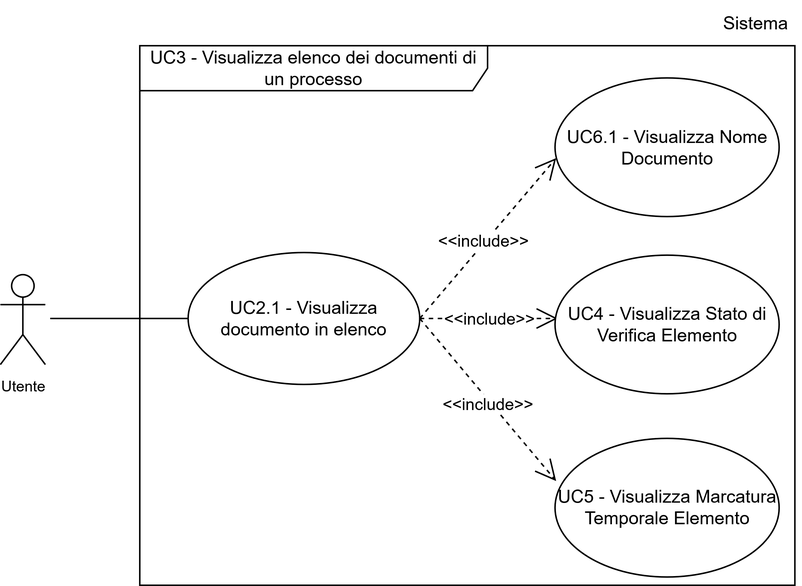
The draw.io diagram assets/uml/UC3INC.png in 7-ZPUs/Docs, before a commit. Source tidied: cells renumbered, new cells last; positions are measured from the earlier drawing's top-left corner, leaving out a move shared by most shapes. Its diagram source:
```xml
<mxGraphModel>
  <root>
    <mxCell id="0" />
    <mxCell id="1" parent="0" />
    <mxCell id="2" value="&lt;font style=&quot;font-size: 10px;&quot;&gt;Utente&lt;/font&gt;" style="shape=umlActor;verticalLabelPosition=bottom;verticalAlign=top;html=1;" parent="1" vertex="1">
      <mxGeometry x="-0.2" y="182.8" width="30" height="60" as="geometry" />
    </mxCell>
    <mxCell id="3" value="&lt;font style=&quot;font-size: 12px;&quot;&gt;Sistema&lt;/font&gt;" style="text;html=1;whiteSpace=wrap;strokeColor=none;fillColor=none;align=center;verticalAlign=middle;rounded=0;fontSize=10;" parent="1" vertex="1">
      <mxGeometry x="474" width="60" height="30" as="geometry" />
    </mxCell>
    <mxCell id="4" value="&lt;div&gt;UC3 - Visualizza elenco dei documenti di un processo&lt;/div&gt;" style="shape=umlFrame;whiteSpace=wrap;html=1;width=232;height=30;" parent="1" vertex="1">
      <mxGeometry x="92.8" y="30" width="437" height="360" as="geometry" />
    </mxCell>
    <mxCell id="5" value="UC2.1 - Visualizza documento in elenco" style="ellipse;whiteSpace=wrap;html=1;" parent="1" vertex="1">
      <mxGeometry x="125" y="168" width="154.5" height="88" as="geometry" />
    </mxCell>
    <mxCell id="6" style="endArrow=none;html=1;rounded=0;entryX=0;entryY=0.5;entryDx=0;entryDy=0;" parent="1" edge="1" target="5">
      <mxGeometry relative="1" as="geometry">
        <mxPoint x="33" y="212" as="sourcePoint" />
      </mxGeometry>
    </mxCell>
    <mxCell id="7" value="&amp;lt;&amp;lt;include&amp;gt;&amp;gt;" style="endArrow=open;endSize=12;dashed=1;html=1;rounded=0;exitX=1;exitY=0.5;exitDx=0;exitDy=0;entryX=0;entryY=0.5;entryDx=0;entryDy=0;" parent="1" edge="1" source="5">
      <mxGeometry x="-0.05" y="1" relative="1" as="geometry">
        <mxPoint x="370.5" y="105" as="targetPoint" />
      </mxGeometry>
    </mxCell>
    <mxCell id="8" value="&amp;lt;&amp;lt;include&amp;gt;&amp;gt;" style="endArrow=open;endSize=12;dashed=1;html=1;rounded=0;exitX=1;exitY=0.5;exitDx=0;exitDy=0;entryX=0;entryY=0.5;entryDx=0;entryDy=0;" parent="1" edge="1" source="5">
      <mxGeometry x="-0.01" relative="1" as="geometry">
        <mxPoint x="371.5" y="212" as="targetPoint" />
      </mxGeometry>
    </mxCell>
    <mxCell id="9" value="&amp;lt;&amp;lt;include&amp;gt;&amp;gt;" style="endArrow=open;endSize=12;dashed=1;html=1;rounded=0;exitX=1;exitY=0.5;exitDx=0;exitDy=0;entryX=0;entryY=0.5;entryDx=0;entryDy=0;" parent="1" edge="1" source="5">
      <mxGeometry x="0.04" y="-2" relative="1" as="geometry">
        <mxPoint x="370.5" y="320.5" as="targetPoint" />
      </mxGeometry>
    </mxCell>
    <mxCell id="10" value="UC6.1 - Visualizza Nome Documento" style="ellipse;whiteSpace=wrap;html=1;" parent="1" vertex="1">
      <mxGeometry x="369.8" y="51.5" width="149.5" height="92.5" as="geometry" />
    </mxCell>
    <mxCell id="11" value="UC4 - Visualizza Stato di Verifica Elemento" style="ellipse;whiteSpace=wrap;html=1;" parent="1" vertex="1">
      <mxGeometry x="369.8" y="169.8" width="149.5" height="92.5" as="geometry" />
    </mxCell>
    <mxCell id="12" value="UC5 - Visualizza Marcatura Temporale Elemento" style="ellipse;whiteSpace=wrap;html=1;" parent="1" vertex="1">
      <mxGeometry x="369.8" y="292" width="149.5" height="92.5" as="geometry" />
    </mxCell>
  </root>
</mxGraphModel>
```
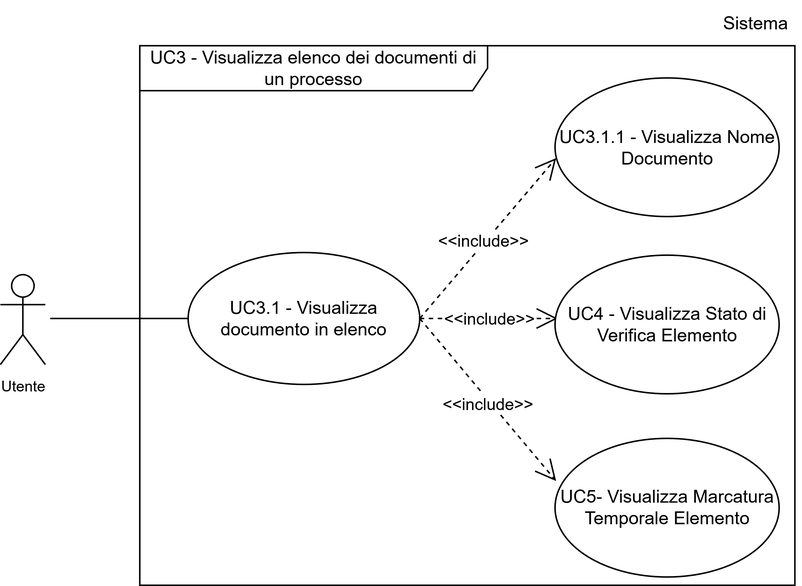
The same diagram one commit later.

The edit, as a diff of the source:
```diff
@@ -11,7 +11,7 @@
     <mxCell id="4" value="&lt;div&gt;UC3 - Visualizza elenco dei documenti di un processo&lt;/div&gt;" style="shape=umlFrame;whiteSpace=wrap;html=1;width=232;height=30;" parent="1" vertex="1">
       <mxGeometry x="92.8" y="30" width="437" height="360" as="geometry" />
     </mxCell>
-    <mxCell id="5" value="UC2.1 - Visualizza documento in elenco" style="ellipse;whiteSpace=wrap;html=1;" parent="1" vertex="1">
+    <mxCell id="5" value="UC3.1 - Visualizza documento in elenco" style="ellipse;whiteSpace=wrap;html=1;" parent="1" vertex="1">
       <mxGeometry x="125" y="168" width="154.5" height="88" as="geometry" />
     </mxCell>
     <mxCell id="6" style="endArrow=none;html=1;rounded=0;entryX=0;entryY=0.5;entryDx=0;entryDy=0;" parent="1" edge="1" target="5">
@@ -34,13 +34,13 @@
         <mxPoint x="370.5" y="320.5" as="targetPoint" />
       </mxGeometry>
     </mxCell>
-    <mxCell id="10" value="UC6.1 - Visualizza Nome Documento" style="ellipse;whiteSpace=wrap;html=1;" parent="1" vertex="1">
+    <mxCell id="10" value="UC3.1.1 - Visualizza Nome Documento" style="ellipse;whiteSpace=wrap;html=1;" parent="1" vertex="1">
       <mxGeometry x="369.8" y="51.5" width="149.5" height="92.5" as="geometry" />
     </mxCell>
     <mxCell id="11" value="UC4 - Visualizza Stato di Verifica Elemento" style="ellipse;whiteSpace=wrap;html=1;" parent="1" vertex="1">
       <mxGeometry x="369.8" y="169.8" width="149.5" height="92.5" as="geometry" />
     </mxCell>
-    <mxCell id="12" value="UC5 - Visualizza Marcatura Temporale Elemento" style="ellipse;whiteSpace=wrap;html=1;" parent="1" vertex="1">
+    <mxCell id="12" value="UC5- Visualizza Marcatura Temporale Elemento" style="ellipse;whiteSpace=wrap;html=1;" parent="1" vertex="1">
       <mxGeometry x="369.8" y="292" width="149.5" height="92.5" as="geometry" />
     </mxCell>
   </root>
```
